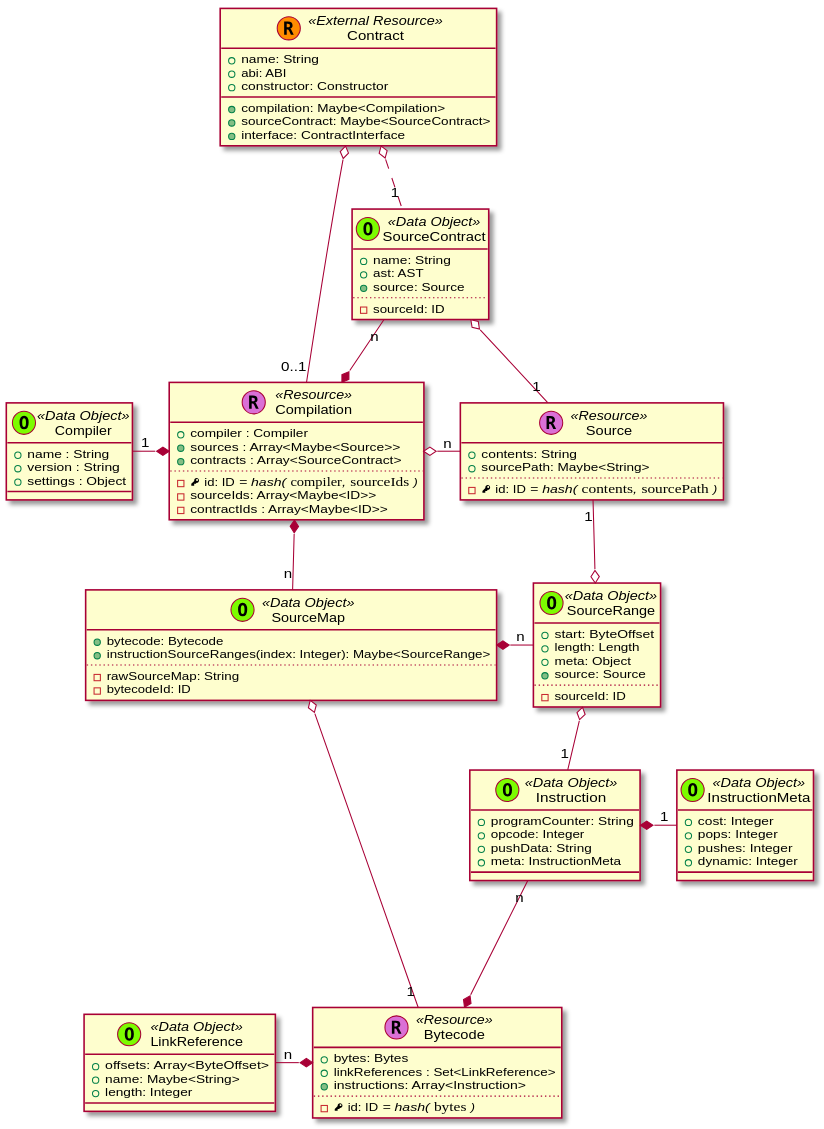
The PlantUML diagram contrib/trufflesuite/glossary-changes/_images/plantuml-e9147eb3f2fd48370e6ec239004ba66ea4d7f91a.svg in trufflesuite/artifact-updates, before a commit.
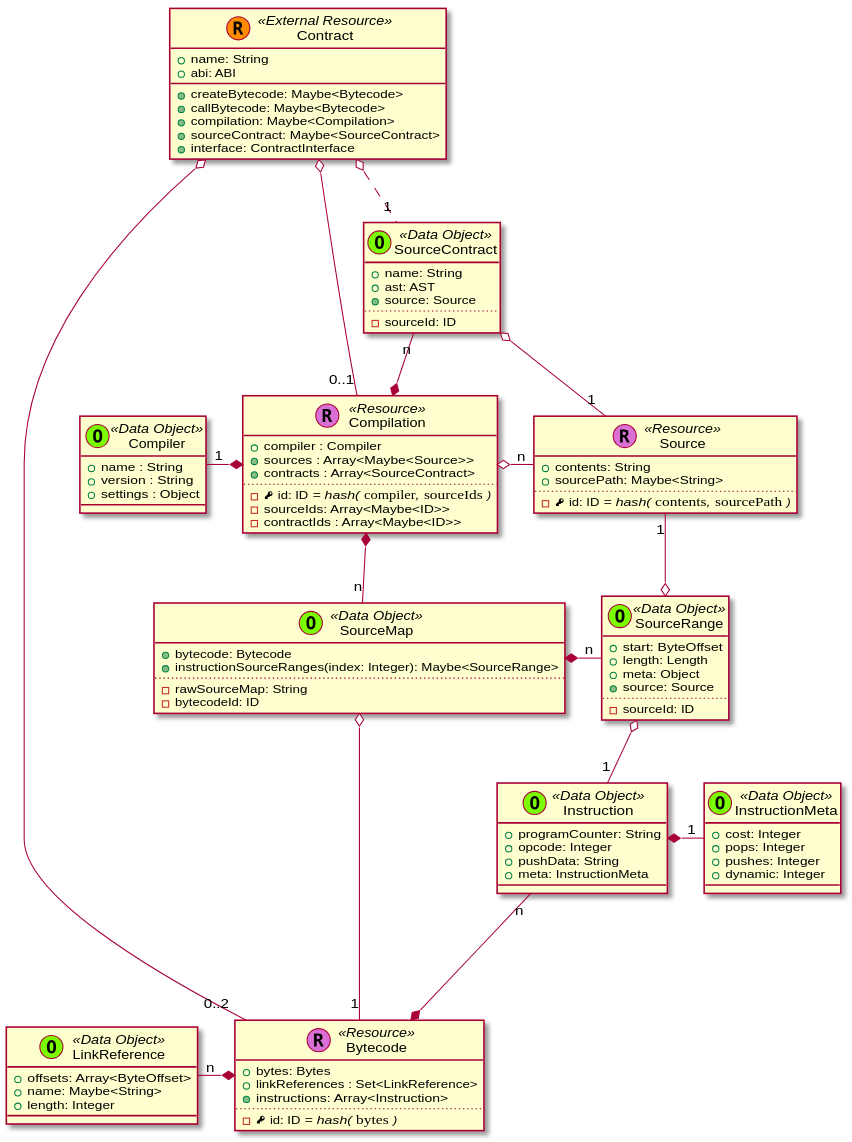
The same diagram one commit later.

Change to the diagram source:
```diff
@@ -7,10 +7,13 @@
 
 
 
+
+
     class Contract << (R,darkorange) External Resource >> {
       + name: String
       + abi: ABI
-      + constructor: Constructor
+      + {method} createBytecode: Maybe<Bytecode>
+      + {method} callBytecode: Maybe<Bytecode>
       + {method} compilation: Maybe<Compilation>
       + {method} sourceContract: Maybe<SourceContract>
       + {method} interface: ContractInterface
@@ -108,7 +111,6 @@
 
     SourceMap *-right- "n" SourceRange
 
-
     class SourceContract << (O,lawngreen) Data Object >> {
       + name: String
       + ast: AST
@@ -122,6 +124,11 @@
 
 
 
+
+
+
+
+  Contract o-- "0..2" Bytecode
 
 
   Contract o-- "0..1" Compilation
```
